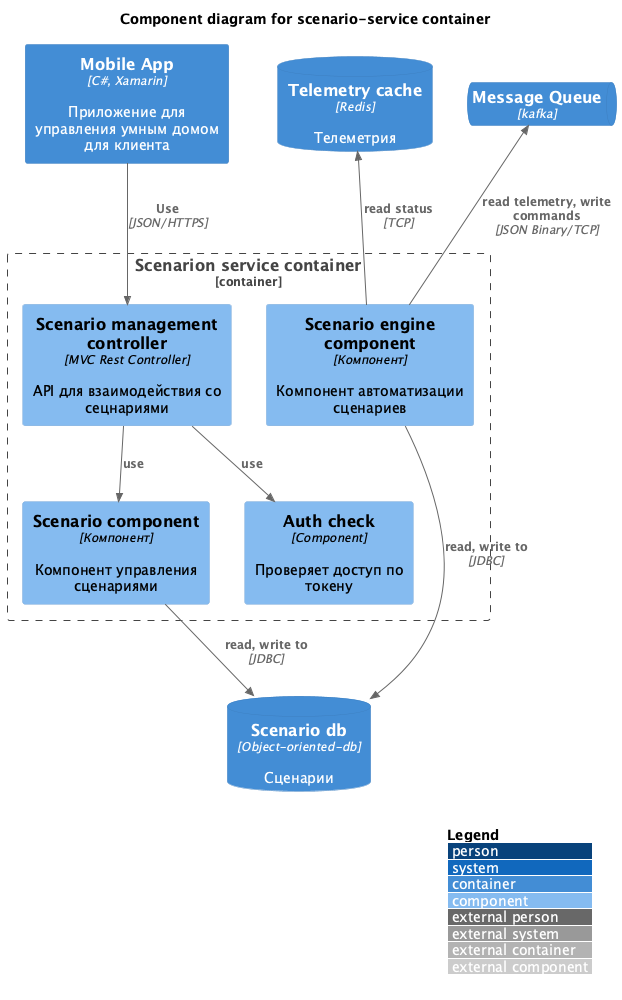
The PlantUML diagram schemas/v2/component/Smarthome-component-scenario.png in annmozer116/warmhouse-golang, before a commit.
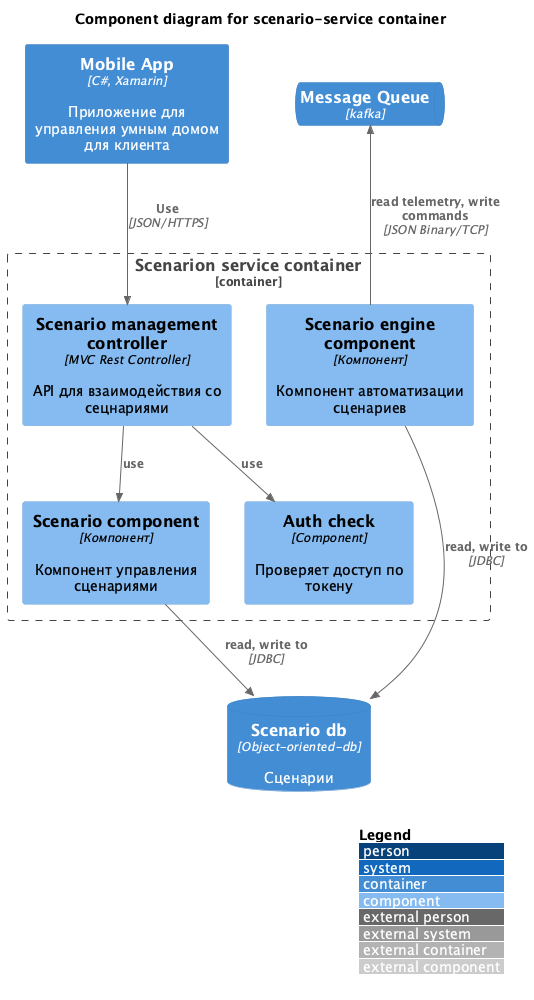
The same file after the commit.

What changed in the source:
```diff
@@ -8,7 +8,6 @@
 Container(mobile_app, "Mobile App", "C#, Xamarin", "Приложение для управления умным домом для клиента")
 ContainerQueue(smarthome_mq, "Message Queue", "kafka")
 ContainerDb(scenario_service_db, "Scenario db", "Object-oriented-db", "Сценарии")
-ContainerDb(telemetry_cache, "Telemetry cache", "Redis", "Телеметрия")
 
 Container_Boundary(scenario_service, "Scenarion service container") {
     Component(auth_check, "Auth check","Component", "Проверяет доступ по токену")
@@ -26,7 +25,6 @@
 Rel(scenario_manage_service, scenario_service_db, "read, write to", "JDBC")
 
 Rel(scenario_engine, scenario_service_db, "read, write to", "JDBC")
-Rel_U(scenario_engine, telemetry_cache, "read status", "TCP")
 Rel_U(scenario_engine, smarthome_mq, "read telemetry, write commands", "JSON Binary/TCP")
 
 @enduml
```
